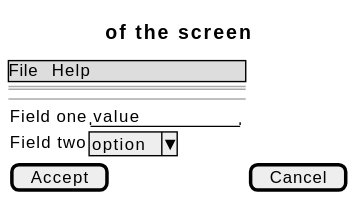
Above: docs/01-requirements/use-cases/signUp/wireframes.svg in didactika/kampus (PlantUML), before the change. Its diagram source:
```plantuml
@startsalt
{
  {* File | Help }
  ==
  Title of the screen
  --
  {
    Field one | "value        "
    Field two | ^option^
  }
  [ Accept ] | [ Cancel ]
}
@endsalt
```
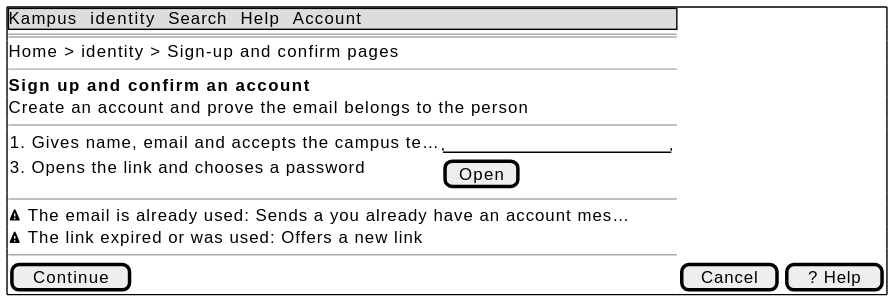
Above is the later version.

What changed in the source:
```diff
@@ -1,13 +1,20 @@
 @startsalt
-{
-  {* File | Help }
+{+
+  {* Kampus | identity | Search | Help | Account }
   ==
-  Title of the screen
+  Home > identity > Sign-up and confirm pages
+  --
+  <b>Sign up and confirm an account
+  Create an account and prove the email belongs to the person
   --
   {
-    Field one | "value        "
-    Field two | ^option^
+    1. Gives name, email and accepts the campus te… | "                    "
+    3. Opens the link and chooses a password | [ Open ]
   }
-  [ Accept ] | [ Cancel ]
+  --
+  <&warning> The email is already used: Sends a you already have an account mes…
+  <&warning> The link expired or was used: Offers a new link
+  --
+  [ Continue ] | [ Cancel ] | [ ? Help ]
 }
 @endsalt
```
